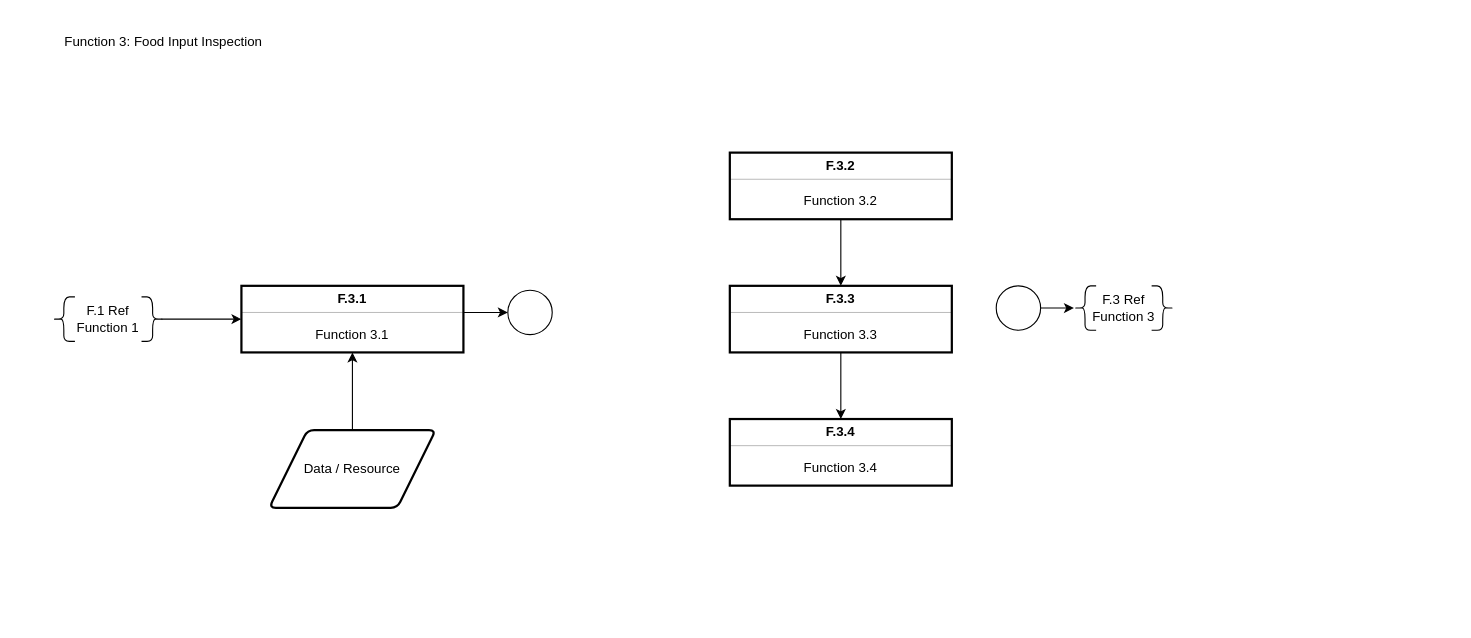
Before: page "FFBD" (2 of 2) of FFBD.drawio in calmworld/SystemDesign, a draw.io diagram. Source tidied: cells renumbered, new cells numbered last; positions are measured from the earlier drawing's top-left corner, leaving out a move shared by most shapes. Both pictures are drawn from the tidied source at 111%, with x=0, y=0 at pixel (19, 19).
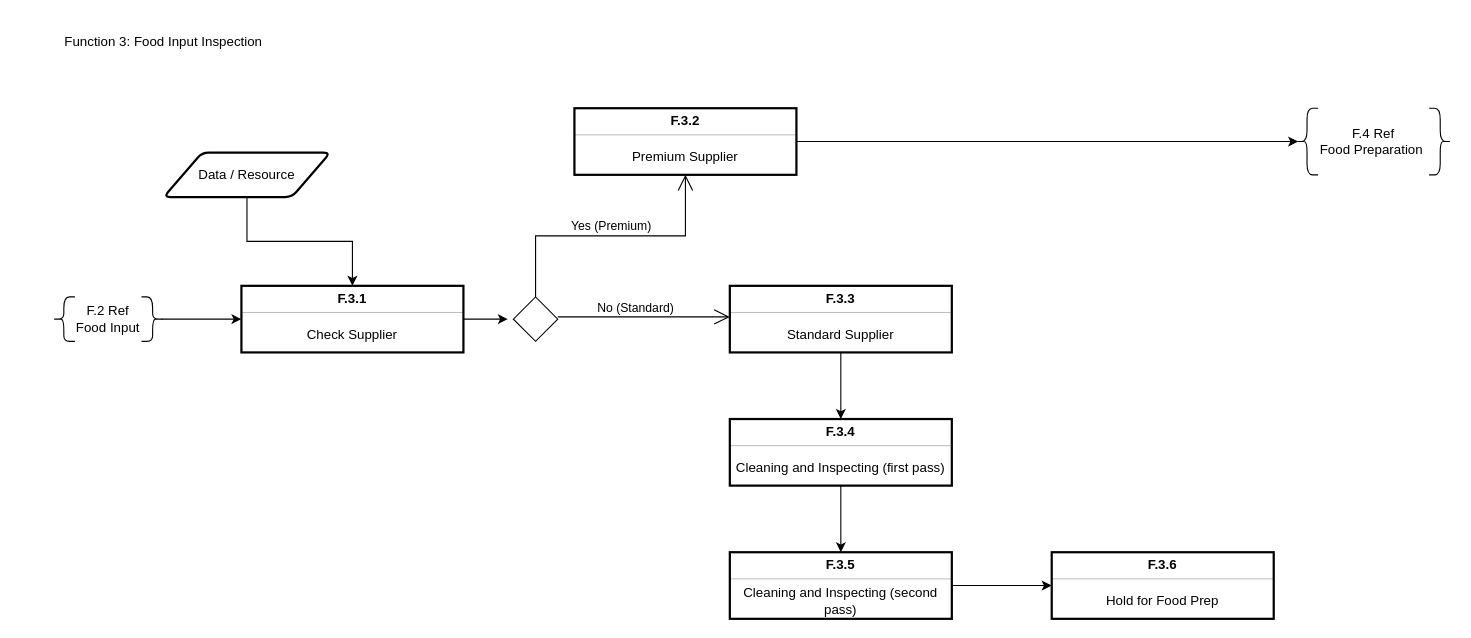
After the change.

Unchanged cells that the change refers to:
```xml
<mxCell id="2" style="fontStyle=1;align=center;verticalAlign=middle;horizontal=1;strokeWidth=2;" parent="1" vertex="1">
  <mxGeometry x="200" y="240" width="200" height="60" as="geometry" />
</mxCell>
<mxCell id="3" value="F.3.1" style="html=1;align=center;spacing=0;verticalAlign=top;strokeColor=none;fillColor=none;whiteSpace=wrap;fontStyle=1;" parent="2" vertex="1">
  <mxGeometry width="200" height="20" as="geometry" />
</mxCell>
<mxCell id="4" style="line;strokeWidth=0.25;fillColor=none;align=left;verticalAlign=middle;spacingTop=-1;spacingLeft=3;spacingRight=3;labelPosition=right;points=[];portConstraint=eastwest;" parent="2" vertex="1">
  <mxGeometry y="20" width="200" height="8" as="geometry" />
</mxCell>
<mxCell id="23" style="fontStyle=1;align=center;verticalAlign=middle;horizontal=1;strokeWidth=2;" parent="1" vertex="1">
  <mxGeometry x="640" y="240" width="200" height="60" as="geometry" />
</mxCell>
<mxCell id="27" style="fontStyle=1;align=center;verticalAlign=middle;horizontal=1;strokeWidth=2;" parent="1" vertex="1">
  <mxGeometry x="640" y="360" width="200" height="60" as="geometry" />
</mxCell>
```

Change to the diagram source:
```diff
@@
+    <mxCell id="34" style="edgeStyle=orthogonalEdgeStyle;rounded=0;jettySize=auto;html=1;" parent="1" edge="1" source="2">
+      <mxGeometry relative="1" as="geometry">
+        <mxPoint x="440" y="270" as="targetPoint" />
+      </mxGeometry>
+    </mxCell>
@@
-    <mxCell id="5" value="Function 3.1" style="html=1;align=center;spacing=0;verticalAlign=middle;strokeColor=none;fillColor=none;whiteSpace=wrap;" parent="2" vertex="1">
+    <mxCell id="5" value="Check Supplier" style="html=1;align=center;spacing=0;verticalAlign=middle;strokeColor=none;fillColor=none;whiteSpace=wrap;" parent="2" vertex="1">
       <mxGeometry y="28" width="200" height="32" as="geometry" />
     </mxCell>
-    <mxCell id="6" style="edgeStyle=orthogonalEdgeStyle;rounded=0;jettySize=auto;html=1;" parent="1" edge="1" source="7" target="5">
+    <mxCell id="6" style="edgeStyle=orthogonalEdgeStyle;rounded=0;jettySize=auto;html=1;entryX=0.5;entryY=0;entryDx=0;entryDy=0;" parent="1" edge="1" source="7" target="3">
       <mxGeometry relative="1" as="geometry" />
     </mxCell>
     <mxCell id="7" value="Data / Resource" style="shape=parallelogram;html=1;strokeWidth=2;perimeter=parallelogramPerimeter;whiteSpace=wrap;rounded=1;arcSize=12;size=0.23;" parent="1" vertex="1">
-      <mxGeometry x="225" y="370" width="150" height="70" as="geometry" />
+      <mxGeometry x="130" y="120" width="150" height="40" as="geometry" />
     </mxCell>
-    <mxCell id="8" style="edgeStyle=orthogonalEdgeStyle;rounded=0;jettySize=auto;html=1;entryX=0;entryY=0.5;entryDx=0;entryDy=0;" parent="1" edge="1" source="4" target="33">
-      <mxGeometry relative="1" as="geometry" />
-    </mxCell>
@@
-    <mxCell id="11" value="F.1 Ref&lt;div&gt;Function 1&lt;/div&gt;" style="text;html=1;align=center;verticalAlign=middle;whiteSpace=wrap;rounded=0;" parent="1" vertex="1">
+    <mxCell id="11" value="F.2 Ref&lt;div&gt;Food Input&lt;/div&gt;" style="text;html=1;align=center;verticalAlign=middle;whiteSpace=wrap;rounded=0;" parent="1" vertex="1">
       <mxGeometry x="40" y="250" width="80" height="40" as="geometry" />
     </mxCell>
-    <mxCell id="12" style="edgeStyle=orthogonalEdgeStyle;rounded=0;jettySize=auto;html=1;" parent="1" edge="1" source="32" target="13">
-      <mxGeometry relative="1" as="geometry" />
-    </mxCell>
     <mxCell id="13" style="shape=curlyBracket;whiteSpace=wrap;html=1;rounded=1;labelPosition=left;verticalLabelPosition=middle;align=right;verticalAlign=middle;" parent="1" vertex="1">
-      <mxGeometry x="950" y="240" width="20" height="40" as="geometry" />
+      <mxGeometry x="1150" y="80" width="20" height="60" as="geometry" />
     </mxCell>
     <mxCell id="14" style="shape=curlyBracket;whiteSpace=wrap;html=1;rounded=1;flipH=1;labelPosition=right;verticalLabelPosition=middle;align=left;verticalAlign=middle;" parent="1" vertex="1">
-      <mxGeometry x="1020" y="240" width="20" height="40" as="geometry" />
+      <mxGeometry x="1270" y="80" width="20" height="60" as="geometry" />
     </mxCell>
-    <mxCell id="15" value="F.3 Ref&lt;div&gt;Function 3&lt;/div&gt;" style="text;html=1;align=center;verticalAlign=middle;whiteSpace=wrap;rounded=0;" parent="1" vertex="1">
-      <mxGeometry x="960" y="240" width="70" height="40" as="geometry" />
+    <mxCell id="15" value="F.4 Ref&lt;br&gt;&lt;div&gt;&lt;span style=&quot;background-color: initial;&quot;&gt;Food Preparation&lt;/span&gt;&amp;nbsp;&lt;/div&gt;" style="text;html=1;align=center;verticalAlign=middle;whiteSpace=wrap;rounded=0;" parent="1" vertex="1">
+      <mxGeometry x="1170" y="90" width="100" height="40" as="geometry" />
     </mxCell>
@@
-    <mxCell id="17" style="edgeStyle=orthogonalEdgeStyle;rounded=0;jettySize=auto;html=1;" parent="1" edge="1" source="18" target="23">
-      <mxGeometry relative="1" as="geometry" />
-    </mxCell>
+    <mxCell id="35" style="edgeStyle=orthogonalEdgeStyle;rounded=0;jettySize=auto;html=1;entryX=0.1;entryY=0.5;entryDx=0;entryDy=0;entryPerimeter=0;" parent="1" edge="1" source="18" target="13">
+      <mxGeometry relative="1" as="geometry" />
+    </mxCell>
     <mxCell id="18" style="fontStyle=1;align=center;verticalAlign=middle;horizontal=1;strokeWidth=2;" parent="1" vertex="1">
-      <mxGeometry x="640" y="120" width="200" height="60" as="geometry" />
+      <mxGeometry x="500" y="80" width="200" height="60" as="geometry" />
     </mxCell>
@@
-    <mxCell id="21" value="Function 3.2" style="html=1;align=center;spacing=0;verticalAlign=middle;strokeColor=none;fillColor=none;whiteSpace=wrap;" parent="18" vertex="1">
+    <mxCell id="21" value="Premium Supplier" style="html=1;align=center;spacing=0;verticalAlign=middle;strokeColor=none;fillColor=none;whiteSpace=wrap;" parent="18" vertex="1">
       <mxGeometry y="28" width="200" height="32" as="geometry" />
     </mxCell>
@@
-    <mxCell id="26" value="Function 3.3" style="html=1;align=center;spacing=0;verticalAlign=middle;strokeColor=none;fillColor=none;whiteSpace=wrap;" parent="23" vertex="1">
+    <mxCell id="26" value="Standard Supplier" style="html=1;align=center;spacing=0;verticalAlign=middle;strokeColor=none;fillColor=none;whiteSpace=wrap;" parent="23" vertex="1">
       <mxGeometry y="28" width="200" height="32" as="geometry" />
     </mxCell>
+    <mxCell id="36" style="edgeStyle=orthogonalEdgeStyle;rounded=0;jettySize=auto;html=1;" parent="1" edge="1" source="27" target="38">
+      <mxGeometry relative="1" as="geometry" />
+    </mxCell>
@@
-    <mxCell id="30" value="Function 3.4" style="html=1;align=center;spacing=0;verticalAlign=middle;strokeColor=none;fillColor=none;whiteSpace=wrap;" parent="27" vertex="1">
+    <mxCell id="30" value="Cleaning and Inspecting (first pass)" style="html=1;align=center;spacing=0;verticalAlign=middle;strokeColor=none;fillColor=none;whiteSpace=wrap;" parent="27" vertex="1">
       <mxGeometry y="28" width="200" height="32" as="geometry" />
     </mxCell>
@@
-    <mxCell id="32" style="ellipse;whiteSpace=wrap;html=1;align=right;rounded=1;" parent="1" vertex="1">
-      <mxGeometry x="880" y="240" width="40" height="40" as="geometry" />
-    </mxCell>
-    <mxCell id="33" style="ellipse;whiteSpace=wrap;html=1;align=right;rounded=1;" parent="1" vertex="1">
-      <mxGeometry x="440" y="244" width="40" height="40" as="geometry" />
-    </mxCell>
+    <mxCell id="37" style="edgeStyle=orthogonalEdgeStyle;rounded=0;jettySize=auto;html=1;" parent="1" edge="1" source="38" target="42">
+      <mxGeometry relative="1" as="geometry" />
+    </mxCell>
+    <mxCell id="38" style="fontStyle=1;align=center;verticalAlign=middle;horizontal=1;strokeWidth=2;" parent="1" vertex="1">
+      <mxGeometry x="640" y="480" width="200" height="60" as="geometry" />
+    </mxCell>
+    <mxCell id="39" value="F.3.5" style="html=1;align=center;spacing=0;verticalAlign=top;strokeColor=none;fillColor=none;whiteSpace=wrap;fontStyle=1;" parent="38" vertex="1">
+      <mxGeometry width="200" height="20" as="geometry" />
+    </mxCell>
+    <mxCell id="40" style="line;strokeWidth=0.25;fillColor=none;align=left;verticalAlign=middle;spacingTop=-1;spacingLeft=3;spacingRight=3;labelPosition=right;" parent="38" vertex="1">
+      <mxGeometry y="20" width="200" height="8" as="geometry" />
+    </mxCell>
+    <mxCell id="41" value="Cleaning and Inspecting&amp;nbsp;(second pass)" style="html=1;align=center;spacing=0;verticalAlign=middle;strokeColor=none;fillColor=none;whiteSpace=wrap;" parent="38" vertex="1">
+      <mxGeometry y="28" width="200" height="32" as="geometry" />
+    </mxCell>
+    <mxCell id="42" style="fontStyle=1;align=center;verticalAlign=middle;horizontal=1;strokeWidth=2;" parent="1" vertex="1">
+      <mxGeometry x="930" y="480" width="200" height="60" as="geometry" />
+    </mxCell>
+    <mxCell id="43" value="F.3.6" style="html=1;align=center;spacing=0;verticalAlign=top;strokeColor=none;fillColor=none;whiteSpace=wrap;fontStyle=1;" parent="42" vertex="1">
+      <mxGeometry width="200" height="20" as="geometry" />
+    </mxCell>
+    <mxCell id="44" style="line;strokeWidth=0.25;fillColor=none;align=left;verticalAlign=middle;spacingTop=-1;spacingLeft=3;spacingRight=3;labelPosition=right;" parent="42" vertex="1">
+      <mxGeometry y="20" width="200" height="8" as="geometry" />
+    </mxCell>
+    <mxCell id="45" value="Hold for Food Prep" style="html=1;align=center;spacing=0;verticalAlign=middle;strokeColor=none;fillColor=none;whiteSpace=wrap;" parent="42" vertex="1">
+      <mxGeometry y="28" width="200" height="32" as="geometry" />
+    </mxCell>
+    <mxCell id="46" style="shape=rhombus;html=1;verticalLabelPosition=bottom;verticalAlignment=top;direction=south;" parent="1" vertex="1">
+      <mxGeometry x="445" y="250" width="40" height="40" as="geometry" />
+    </mxCell>
+    <mxCell id="47" value="Yes (Premium)" style="edgeStyle=elbowEdgeStyle;html=1;elbow=vertical;verticalAlign=bottom;endArrow=open;rounded=0;labelBackgroundColor=none;endSize=12;entryX=0.5;entryY=1;entryDx=0;entryDy=0;" parent="1" edge="1" source="46" target="21">
+      <mxGeometry relative="1" as="geometry" />
+    </mxCell>
+    <mxCell id="48" style="edgeStyle=elbowEdgeStyle;html=1;elbow=vertical;verticalAlign=bottom;endArrow=open;rounded=0;labelBackgroundColor=none;endSize=12;entryX=0;entryY=0;entryDx=0;entryDy=0;" parent="1" edge="1" source="46" target="26">
+      <mxGeometry x="0.01" relative="1" as="geometry" />
+    </mxCell>
+    <mxCell id="49" value="&lt;span style=&quot;font-size: 11px;&quot;&gt;No (Standard)&lt;/span&gt;" style="text;html=1;align=center;verticalAlign=middle;strokeColor=none;fillColor=none;" parent="1" vertex="1">
+      <mxGeometry x="510" y="245" width="90" height="30" as="geometry" />
+    </mxCell>
```
